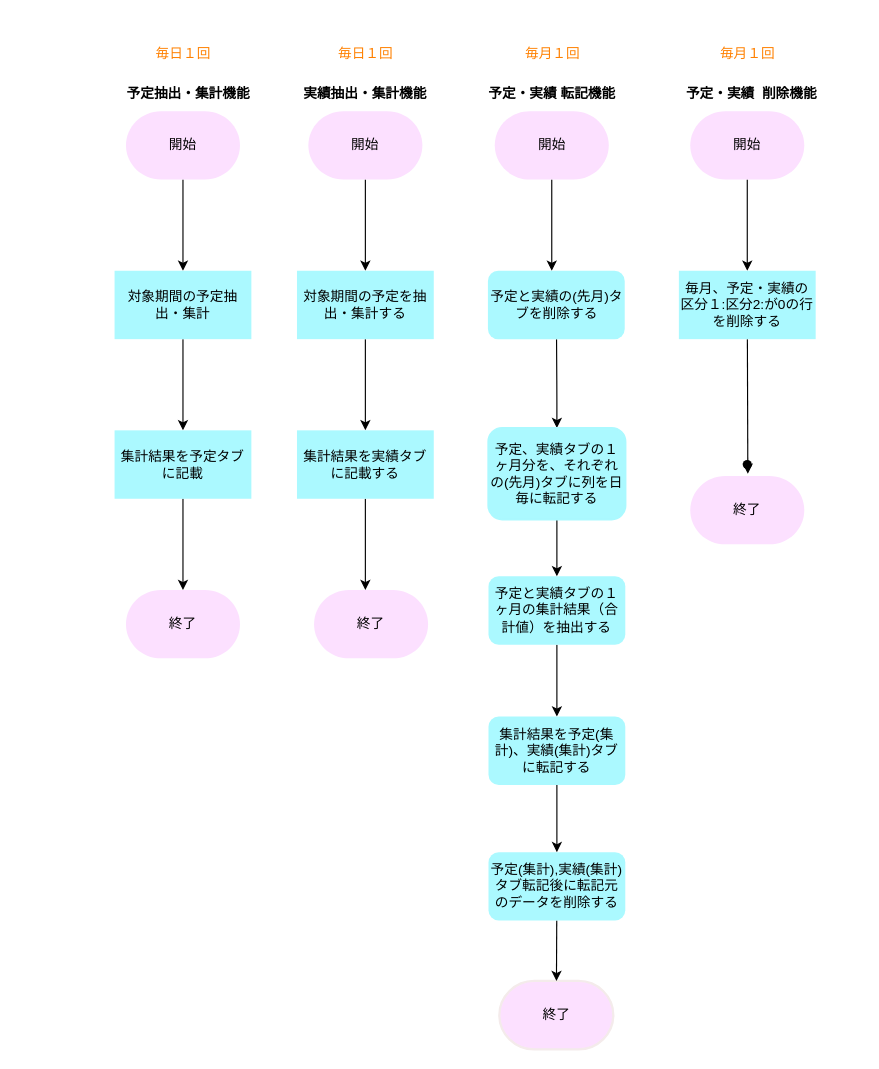
This is simple_flowchart.dio from naomi-ume/gas_schedule_extraction_plan_result, a draw.io file, before an edit. Source tidied: cells renumbered, new cells numbered last; positions are measured from the earlier drawing's top-left corner, leaving out a move shared by most shapes. Both pictures are drawn from the tidied source at 114%, with x=0, y=0 at pixel (114, 36).
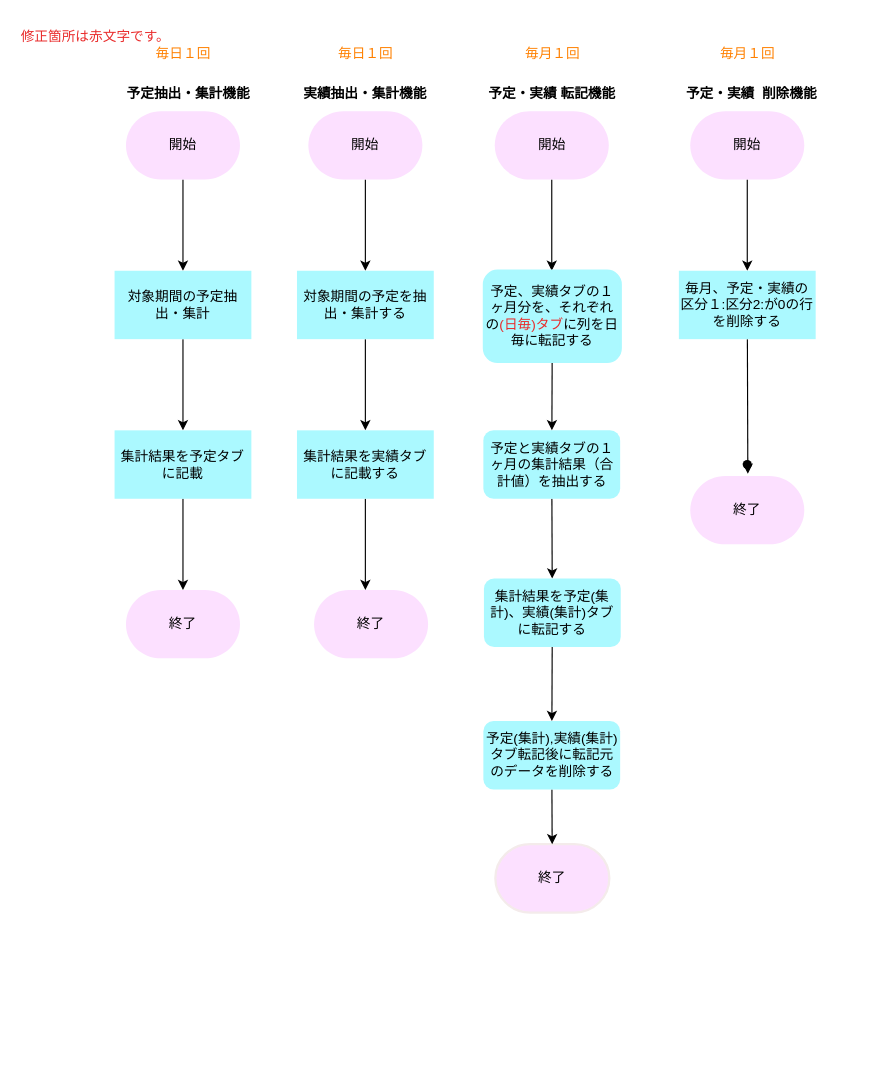
The same diagram, later.

Commit message (it also covers changes not shown here):
フローチャート修正

Change to the diagram source:
```diff
@@
     <mxCell id="19" value="終了" style="strokeWidth=2;html=1;shape=mxgraph.flowchart.terminator;whiteSpace=wrap;strokeColor=#F4EBEB;fontColor=#000000;fillColor=#FCE0FF;" parent="1" vertex="1">
-      <mxGeometry x="337.5" y="828" width="100" height="60" as="geometry" />
+      <mxGeometry x="334" y="708" width="100" height="60" as="geometry" />
     </mxCell>
@@
     <mxCell id="23" value="予定と実績タブの１ヶ月の集計結果（合計値）を抽出する" style="rounded=1;whiteSpace=wrap;html=1;fillColor=#ABF9FF;strokeColor=none;fontColor=#000000;strokeWidth=2;" parent="1" vertex="1">
-      <mxGeometry x="328" y="473" width="120" height="60" as="geometry" />
+      <mxGeometry x="323.5" y="345" width="120" height="60" as="geometry" />
     </mxCell>
@@
     <mxCell id="25" value="集計結果を予定(集計)、実績(集計)タブに転記する" style="rounded=1;whiteSpace=wrap;html=1;fillColor=#ABF9FF;strokeColor=none;fontColor=#000000;strokeWidth=2;" parent="1" vertex="1">
-      <mxGeometry x="328" y="596" width="120" height="60" as="geometry" />
+      <mxGeometry x="324" y="475" width="120" height="60" as="geometry" />
     </mxCell>
@@
     <mxCell id="27" value="予定(集計),実績(集計)タブ転記後に転記元のデータを削除する" style="rounded=1;whiteSpace=wrap;html=1;fillColor=#ABF9FF;strokeColor=none;fontColor=#000000;strokeWidth=2;" parent="1" vertex="1">
-      <mxGeometry x="328" y="715" width="120" height="60" as="geometry" />
+      <mxGeometry x="323.5" y="600" width="120" height="60" as="geometry" />
     </mxCell>
@@
-    <mxCell id="34" style="edgeStyle=none;html=1;strokeColor=#000000;fontColor=#FF8000;" parent="1" edge="1" source="35" target="37">
-      <mxGeometry relative="1" as="geometry">
-        <Array as="points">
-          <mxPoint x="388" y="311" />
-        </Array>
-      </mxGeometry>
-    </mxCell>
-    <mxCell id="35" value="予定と実績の(先月)タブを削除する" style="rounded=1;whiteSpace=wrap;html=1;fillColor=#ABF9FF;strokeColor=none;fontColor=#000000;strokeWidth=2;" parent="1" vertex="1">
-      <mxGeometry x="327.5" y="205" width="120" height="60" as="geometry" />
-    </mxCell>
@@
-    <mxCell id="37" value="予定、実績タブの１ヶ月分を、それぞれの(先月)タブに列を日毎に転記する" style="rounded=1;whiteSpace=wrap;html=1;fillColor=#ABF9FF;strokeColor=#ABF9FF;fontColor=#000000;strokeWidth=2;" parent="1" vertex="1">
-      <mxGeometry x="328" y="343" width="120" height="80" as="geometry" />
+    <mxCell id="37" value="予定、実績タブの１ヶ月分を、それぞれの&lt;font color=&quot;#e92b2b&quot;&gt;(日毎)タブ&lt;/font&gt;に列を日毎に転記する" style="rounded=1;whiteSpace=wrap;html=1;fillColor=#ABF9FF;strokeColor=#ABF9FF;fontColor=#000000;strokeWidth=2;" parent="1" vertex="1">
+      <mxGeometry x="324" y="205" width="120" height="80" as="geometry" />
     </mxCell>
@@
+    <mxCell id="43" value="修正箇所は赤文字です。" style="text;strokeColor=none;align=center;fillColor=none;html=1;verticalAlign=middle;whiteSpace=wrap;rounded=0;fontColor=#e92b2b;" parent="1" vertex="1">
+      <mxGeometry x="-83" y="-15" width="133" height="30" as="geometry" />
+    </mxCell>
```
